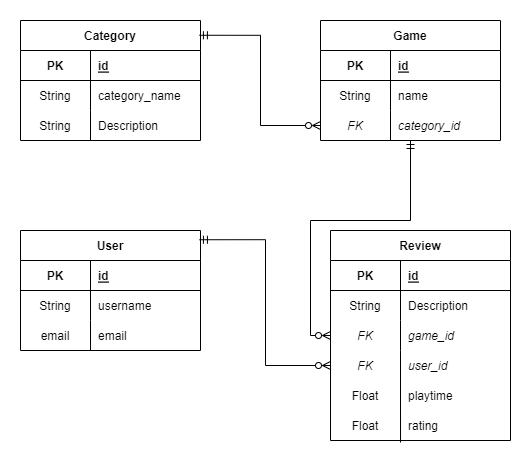
Before: diagram.png, a diagram exported from draw.io (LeoJosephson/flask-project). Source tidied: cells renumbered, new cells last; positions are measured from the earlier drawing's top-left corner, leaving out a move shared by most shapes. The source it was exported from:
```xml
<mxGraphModel>
  <root>
    <mxCell id="0" />
    <mxCell id="1" parent="0" />
    <mxCell id="2" value="Category" style="shape=table;startSize=30;rowLines=0;fontStyle=1;align=center;" parent="1" vertex="1">
      <mxGeometry width="180" height="120" as="geometry" />
    </mxCell>
    <mxCell id="3" style="shape=tableRow;horizontal=0;startSize=0;swimlaneHead=0;swimlaneBody=0;fillColor=none;top=0;left=0;right=0;bottom=1;" parent="2" vertex="1">
      <mxGeometry y="30" width="180" height="30" as="geometry" />
    </mxCell>
    <mxCell id="4" value="PK" style="shape=partialRectangle;fillColor=none;top=0;left=0;bottom=0;right=0;fontStyle=1;overflow=hidden;" parent="3" vertex="1">
      <mxGeometry width="70" height="30" as="geometry" />
    </mxCell>
    <mxCell id="5" value="id" style="shape=partialRectangle;fillColor=none;top=0;left=0;bottom=0;right=0;align=left;spacingLeft=6;fontStyle=5;overflow=hidden;" parent="3" vertex="1">
      <mxGeometry x="70" width="110" height="30" as="geometry" />
    </mxCell>
    <mxCell id="6" style="shape=tableRow;horizontal=0;startSize=0;swimlaneHead=0;swimlaneBody=0;fillColor=none;top=0;left=0;right=0;bottom=0;" parent="2" vertex="1">
      <mxGeometry y="60" width="180" height="30" as="geometry" />
    </mxCell>
    <mxCell id="7" value="String" style="shape=partialRectangle;fillColor=none;top=0;left=0;bottom=0;right=0;overflow=hidden;" parent="6" vertex="1">
      <mxGeometry width="70" height="30" as="geometry" />
    </mxCell>
    <mxCell id="8" value="category_name" style="shape=partialRectangle;fillColor=none;top=0;left=0;bottom=0;right=0;align=left;spacingLeft=6;overflow=hidden;" parent="6" vertex="1">
      <mxGeometry x="70" width="110" height="30" as="geometry" />
    </mxCell>
    <mxCell id="9" style="shape=tableRow;horizontal=0;startSize=0;swimlaneHead=0;swimlaneBody=0;fillColor=none;top=0;left=0;right=0;bottom=0;" parent="2" vertex="1">
      <mxGeometry y="90" width="180" height="30" as="geometry" />
    </mxCell>
    <mxCell id="10" value="String" style="shape=partialRectangle;fillColor=none;top=0;left=0;bottom=0;right=0;overflow=hidden;" parent="9" vertex="1">
      <mxGeometry width="70" height="30" as="geometry" />
    </mxCell>
    <mxCell id="11" value="Description" style="shape=partialRectangle;fillColor=none;top=0;left=0;bottom=0;right=0;align=left;spacingLeft=6;overflow=hidden;" parent="9" vertex="1">
      <mxGeometry x="70" width="110" height="30" as="geometry" />
    </mxCell>
    <mxCell id="12" value="User" style="shape=table;startSize=30;rowLines=0;fontStyle=1;align=center;" parent="1" vertex="1">
      <mxGeometry y="210" width="180" height="120" as="geometry" />
    </mxCell>
    <mxCell id="13" style="shape=tableRow;horizontal=0;startSize=0;swimlaneHead=0;swimlaneBody=0;fillColor=none;top=0;left=0;right=0;bottom=1;" parent="12" vertex="1">
      <mxGeometry y="30" width="180" height="30" as="geometry" />
    </mxCell>
    <mxCell id="14" value="PK" style="shape=partialRectangle;fillColor=none;top=0;left=0;bottom=0;right=0;fontStyle=1;overflow=hidden;" parent="13" vertex="1">
      <mxGeometry width="70" height="30" as="geometry" />
    </mxCell>
    <mxCell id="15" value="id" style="shape=partialRectangle;fillColor=none;top=0;left=0;bottom=0;right=0;align=left;spacingLeft=6;fontStyle=5;overflow=hidden;" parent="13" vertex="1">
      <mxGeometry x="70" width="110" height="30" as="geometry" />
    </mxCell>
    <mxCell id="16" style="shape=tableRow;horizontal=0;startSize=0;swimlaneHead=0;swimlaneBody=0;fillColor=none;top=0;left=0;right=0;bottom=0;" parent="12" vertex="1">
      <mxGeometry y="60" width="180" height="30" as="geometry" />
    </mxCell>
    <mxCell id="17" value="String" style="shape=partialRectangle;fillColor=none;top=0;left=0;bottom=0;right=0;overflow=hidden;" parent="16" vertex="1">
      <mxGeometry width="70" height="30" as="geometry" />
    </mxCell>
    <mxCell id="18" value="username" style="shape=partialRectangle;fillColor=none;top=0;left=0;bottom=0;right=0;align=left;spacingLeft=6;overflow=hidden;" parent="16" vertex="1">
      <mxGeometry x="70" width="110" height="30" as="geometry" />
    </mxCell>
    <mxCell id="19" style="shape=tableRow;horizontal=0;startSize=0;swimlaneHead=0;swimlaneBody=0;fillColor=none;top=0;left=0;right=0;bottom=0;" parent="12" vertex="1">
      <mxGeometry y="90" width="180" height="30" as="geometry" />
    </mxCell>
    <mxCell id="20" value="email" style="shape=partialRectangle;fillColor=none;top=0;left=0;bottom=0;right=0;overflow=hidden;" parent="19" vertex="1">
      <mxGeometry width="70" height="30" as="geometry" />
    </mxCell>
    <mxCell id="21" value="email" style="shape=partialRectangle;fillColor=none;top=0;left=0;bottom=0;right=0;align=left;spacingLeft=6;overflow=hidden;" parent="19" vertex="1">
      <mxGeometry x="70" width="110" height="30" as="geometry" />
    </mxCell>
    <mxCell id="22" value="Review" style="shape=table;startSize=30;rowLines=0;fontStyle=1;align=center;" parent="1" vertex="1">
      <mxGeometry x="310" y="210" width="180" height="210" as="geometry" />
    </mxCell>
    <mxCell id="23" style="shape=tableRow;horizontal=0;startSize=0;swimlaneHead=0;swimlaneBody=0;fillColor=none;top=0;left=0;right=0;bottom=1;" parent="22" vertex="1">
      <mxGeometry y="30" width="180" height="30" as="geometry" />
    </mxCell>
    <mxCell id="24" value="PK" style="shape=partialRectangle;fillColor=none;top=0;left=0;bottom=0;right=0;fontStyle=1;overflow=hidden;" parent="23" vertex="1">
      <mxGeometry width="70" height="30" as="geometry" />
    </mxCell>
    <mxCell id="25" value="id" style="shape=partialRectangle;fillColor=none;top=0;left=0;bottom=0;right=0;align=left;spacingLeft=6;fontStyle=5;overflow=hidden;" parent="23" vertex="1">
      <mxGeometry x="70" width="110" height="30" as="geometry" />
    </mxCell>
    <mxCell id="26" style="shape=tableRow;horizontal=0;startSize=0;swimlaneHead=0;swimlaneBody=0;fillColor=none;top=0;left=0;right=0;bottom=0;" parent="22" vertex="1">
      <mxGeometry y="60" width="180" height="30" as="geometry" />
    </mxCell>
    <mxCell id="27" value="String" style="shape=partialRectangle;fillColor=none;top=0;left=0;bottom=0;right=0;overflow=hidden;" parent="26" vertex="1">
      <mxGeometry width="70" height="30" as="geometry" />
    </mxCell>
    <mxCell id="28" value="Description" style="shape=partialRectangle;fillColor=none;top=0;left=0;bottom=0;right=0;align=left;spacingLeft=6;overflow=hidden;" parent="26" vertex="1">
      <mxGeometry x="70" width="110" height="30" as="geometry" />
    </mxCell>
    <mxCell id="29" style="shape=tableRow;horizontal=0;startSize=0;swimlaneHead=0;swimlaneBody=0;fillColor=none;points=[[0,0.5],[1,0.5]];portConstraint=eastwest;top=0;left=0;right=0;bottom=0;" parent="22" vertex="1">
      <mxGeometry y="90" width="180" height="30" as="geometry" />
    </mxCell>
    <mxCell id="30" value="FK" style="shape=partialRectangle;fillColor=none;top=0;left=0;bottom=0;right=0;overflow=hidden;fontStyle=2;" parent="29" vertex="1">
      <mxGeometry width="70" height="30" as="geometry" />
    </mxCell>
    <mxCell id="31" value="game_id" style="shape=partialRectangle;fillColor=none;top=0;left=0;bottom=0;right=0;align=left;spacingLeft=6;overflow=hidden;fontStyle=2;" parent="29" vertex="1">
      <mxGeometry x="70" width="110" height="30" as="geometry" />
    </mxCell>
    <mxCell id="32" style="edgeStyle=orthogonalEdgeStyle;rounded=0;jettySize=auto;html=1;entryX=0;entryY=0.5;entryDx=0;entryDy=0;startArrow=ERmandOne;startFill=0;endArrow=ERzeroToMany;endFill=0;" parent="1" edge="1" source="33" target="29">
      <mxGeometry relative="1" as="geometry">
        <Array as="points">
          <mxPoint x="390" y="200" />
          <mxPoint x="290" y="200" />
          <mxPoint x="290" y="315" />
        </Array>
      </mxGeometry>
    </mxCell>
    <mxCell id="33" value="Game" style="shape=table;startSize=30;rowLines=0;fontStyle=1;align=center;" parent="1" vertex="1">
      <mxGeometry x="300" width="180" height="120" as="geometry" />
    </mxCell>
    <mxCell id="34" style="shape=tableRow;horizontal=0;startSize=0;swimlaneHead=0;swimlaneBody=0;fillColor=none;top=0;left=0;right=0;bottom=1;" parent="33" vertex="1">
      <mxGeometry y="30" width="180" height="30" as="geometry" />
    </mxCell>
    <mxCell id="35" value="PK" style="shape=partialRectangle;fillColor=none;top=0;left=0;bottom=0;right=0;fontStyle=1;overflow=hidden;" parent="34" vertex="1">
      <mxGeometry width="70" height="30" as="geometry" />
    </mxCell>
    <mxCell id="36" value="id" style="shape=partialRectangle;fillColor=none;top=0;left=0;bottom=0;right=0;align=left;spacingLeft=6;fontStyle=5;overflow=hidden;" parent="34" vertex="1">
      <mxGeometry x="70" width="110" height="30" as="geometry" />
    </mxCell>
    <mxCell id="37" style="shape=tableRow;horizontal=0;startSize=0;swimlaneHead=0;swimlaneBody=0;fillColor=none;top=0;left=0;right=0;bottom=0;" parent="33" vertex="1">
      <mxGeometry y="60" width="180" height="30" as="geometry" />
    </mxCell>
    <mxCell id="38" value="String" style="shape=partialRectangle;fillColor=none;top=0;left=0;bottom=0;right=0;overflow=hidden;" parent="37" vertex="1">
      <mxGeometry width="70" height="30" as="geometry" />
    </mxCell>
    <mxCell id="39" value="name" style="shape=partialRectangle;fillColor=none;top=0;left=0;bottom=0;right=0;align=left;spacingLeft=6;overflow=hidden;" parent="37" vertex="1">
      <mxGeometry x="70" width="110" height="30" as="geometry" />
    </mxCell>
    <mxCell id="40" style="shape=tableRow;horizontal=0;startSize=0;swimlaneHead=0;swimlaneBody=0;fillColor=none;points=[[0,0.5],[1,0.5]];portConstraint=eastwest;top=0;left=0;right=0;bottom=0;" parent="33" vertex="1">
      <mxGeometry y="90" width="180" height="30" as="geometry" />
    </mxCell>
    <mxCell id="41" value="FK" style="shape=partialRectangle;fillColor=none;top=0;left=0;bottom=0;right=0;overflow=hidden;fontStyle=2;" parent="40" vertex="1">
      <mxGeometry width="70" height="30" as="geometry" />
    </mxCell>
    <mxCell id="42" value="category_id" style="shape=partialRectangle;fillColor=none;top=0;left=0;bottom=0;right=0;align=left;spacingLeft=6;overflow=hidden;fontStyle=2;" parent="40" vertex="1">
      <mxGeometry x="70" width="110" height="30" as="geometry" />
    </mxCell>
    <mxCell id="43" style="rounded=0;jettySize=auto;html=1;entryX=0.994;entryY=0.123;entryDx=0;entryDy=0;entryPerimeter=0;edgeStyle=orthogonalEdgeStyle;endArrow=ERmandOne;endFill=0;startArrow=ERzeroToMany;startFill=0;" parent="1" edge="1" source="40" target="2">
      <mxGeometry relative="1" as="geometry" />
    </mxCell>
    <mxCell id="44" style="shape=tableRow;horizontal=0;startSize=0;swimlaneHead=0;swimlaneBody=0;fillColor=none;points=[[0,0.5],[1,0.5]];portConstraint=eastwest;top=0;left=0;right=0;bottom=0;" parent="1" vertex="1">
      <mxGeometry x="310" y="330" width="180" height="30" as="geometry" />
    </mxCell>
    <mxCell id="45" value="FK" style="shape=partialRectangle;fillColor=none;top=0;left=0;bottom=0;right=0;overflow=hidden;fontStyle=2;" parent="44" vertex="1">
      <mxGeometry width="70" height="30" as="geometry" />
    </mxCell>
    <mxCell id="46" value="user_id" style="shape=partialRectangle;fillColor=none;top=0;left=0;bottom=0;right=0;align=left;spacingLeft=6;overflow=hidden;fontStyle=2;" parent="44" vertex="1">
      <mxGeometry x="70" width="110" height="30" as="geometry" />
    </mxCell>
    <mxCell id="47" style="endArrow=none;html=1;rounded=0;exitX=0.389;exitY=1.067;exitDx=0;exitDy=0;exitPerimeter=0;" parent="1" edge="1" source="53">
      <mxGeometry relative="1" as="geometry">
        <mxPoint x="380" y="330" as="targetPoint" />
      </mxGeometry>
    </mxCell>
    <mxCell id="48" style="shape=tableRow;horizontal=0;startSize=0;swimlaneHead=0;swimlaneBody=0;fillColor=none;top=0;left=0;right=0;bottom=0;" parent="1" vertex="1">
      <mxGeometry x="310" y="360" width="180" height="30" as="geometry" />
    </mxCell>
    <mxCell id="49" style="edgeStyle=orthogonalEdgeStyle;rounded=0;jettySize=auto;html=1;startArrow=ERzeroToMany;startFill=0;endArrow=ERmandOne;endFill=0;exitX=0;exitY=0.5;exitDx=0;exitDy=0;entryX=0.994;entryY=0.077;entryDx=0;entryDy=0;entryPerimeter=0;" parent="1" edge="1" source="44" target="12">
      <mxGeometry relative="1" as="geometry" />
    </mxCell>
    <mxCell id="50" style="shape=tableRow;horizontal=0;startSize=0;swimlaneHead=0;swimlaneBody=0;fillColor=none;top=0;left=0;right=0;bottom=0;" parent="1" vertex="1">
      <mxGeometry x="310" y="360" width="180" height="30" as="geometry" />
    </mxCell>
    <mxCell id="51" value="Float" style="shape=partialRectangle;fillColor=none;top=0;left=0;bottom=0;right=0;overflow=hidden;fontStyle=0;" parent="50" vertex="1">
      <mxGeometry width="70" height="30" as="geometry" />
    </mxCell>
    <mxCell id="52" value="playtime" style="shape=partialRectangle;fillColor=none;top=0;left=0;bottom=0;right=0;align=left;spacingLeft=6;overflow=hidden;fontStyle=0;" parent="50" vertex="1">
      <mxGeometry x="70" width="110" height="30" as="geometry" />
    </mxCell>
    <mxCell id="53" style="shape=tableRow;horizontal=0;startSize=0;swimlaneHead=0;swimlaneBody=0;fillColor=none;points=[[0,0.5],[1,0.5]];portConstraint=eastwest;top=0;left=0;right=0;bottom=0;" parent="1" vertex="1">
      <mxGeometry x="310" y="390" width="180" height="30" as="geometry" />
    </mxCell>
    <mxCell id="54" value="Float" style="shape=partialRectangle;fillColor=none;top=0;left=0;bottom=0;right=0;overflow=hidden;fontStyle=0;" parent="53" vertex="1">
      <mxGeometry width="70" height="30" as="geometry" />
    </mxCell>
    <mxCell id="55" value="rating" style="shape=partialRectangle;fillColor=none;top=0;left=0;bottom=0;right=0;align=left;spacingLeft=6;overflow=hidden;fontStyle=0;" parent="53" vertex="1">
      <mxGeometry x="70" width="110" height="30" as="geometry" />
    </mxCell>
  </root>
</mxGraphModel>
```
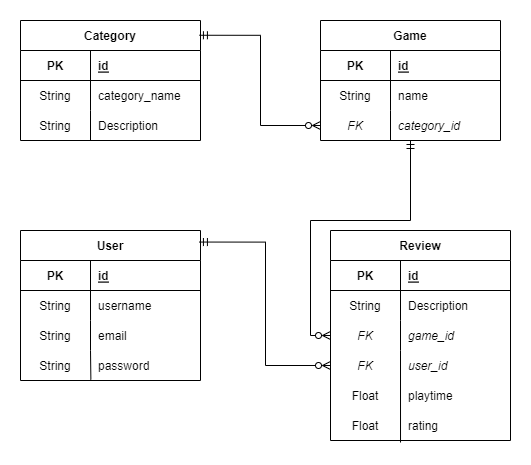
The same file after the commit.

Change to the diagram source:
```diff
@@ -33,7 +33,7 @@
       <mxGeometry x="70" width="110" height="30" as="geometry" />
     </mxCell>
     <mxCell id="12" value="User" style="shape=table;startSize=30;rowLines=0;fontStyle=1;align=center;" parent="1" vertex="1">
-      <mxGeometry y="210" width="180" height="120" as="geometry" />
+      <mxGeometry y="210" width="180" height="150" as="geometry" />
     </mxCell>
     <mxCell id="13" style="shape=tableRow;horizontal=0;startSize=0;swimlaneHead=0;swimlaneBody=0;fillColor=none;top=0;left=0;right=0;bottom=1;" parent="12" vertex="1">
       <mxGeometry y="30" width="180" height="30" as="geometry" />
@@ -56,7 +56,7 @@
     <mxCell id="19" style="shape=tableRow;horizontal=0;startSize=0;swimlaneHead=0;swimlaneBody=0;fillColor=none;top=0;left=0;right=0;bottom=0;" parent="12" vertex="1">
       <mxGeometry y="90" width="180" height="30" as="geometry" />
     </mxCell>
-    <mxCell id="20" value="email" style="shape=partialRectangle;fillColor=none;top=0;left=0;bottom=0;right=0;overflow=hidden;" parent="19" vertex="1">
+    <mxCell id="20" value="String" style="shape=partialRectangle;fillColor=none;top=0;left=0;bottom=0;right=0;overflow=hidden;" parent="19" vertex="1">
       <mxGeometry width="70" height="30" as="geometry" />
     </mxCell>
     <mxCell id="21" value="email" style="shape=partialRectangle;fillColor=none;top=0;left=0;bottom=0;right=0;align=left;spacingLeft=6;overflow=hidden;" parent="19" vertex="1">
@@ -172,5 +172,19 @@
     <mxCell id="55" value="rating" style="shape=partialRectangle;fillColor=none;top=0;left=0;bottom=0;right=0;align=left;spacingLeft=6;overflow=hidden;fontStyle=0;" parent="53" vertex="1">
       <mxGeometry x="70" width="110" height="30" as="geometry" />
     </mxCell>
+    <mxCell id="56" style="shape=tableRow;horizontal=0;startSize=0;swimlaneHead=0;swimlaneBody=0;fillColor=none;points=[[0,0.5],[1,0.5]];portConstraint=eastwest;top=0;left=0;right=0;bottom=0;" parent="1" vertex="1">
+      <mxGeometry y="330" width="180" height="30" as="geometry" />
+    </mxCell>
+    <mxCell id="57" value="String" style="shape=partialRectangle;fillColor=none;top=0;left=0;bottom=0;right=0;overflow=hidden;" parent="56" vertex="1">
+      <mxGeometry width="70" height="30" as="geometry" />
+    </mxCell>
+    <mxCell id="58" value="password" style="shape=partialRectangle;fillColor=none;top=0;left=0;bottom=0;right=0;align=left;spacingLeft=6;overflow=hidden;" parent="56" vertex="1">
+      <mxGeometry x="70" width="110" height="30" as="geometry" />
+    </mxCell>
+    <mxCell id="59" style="endArrow=none;html=1;rounded=0;exitX=0.391;exitY=0.973;exitDx=0;exitDy=0;exitPerimeter=0;" parent="1" edge="1" source="56">
+      <mxGeometry relative="1" as="geometry">
+        <mxPoint x="70" y="330" as="targetPoint" />
+      </mxGeometry>
+    </mxCell>
   </root>
 </mxGraphModel>
```
